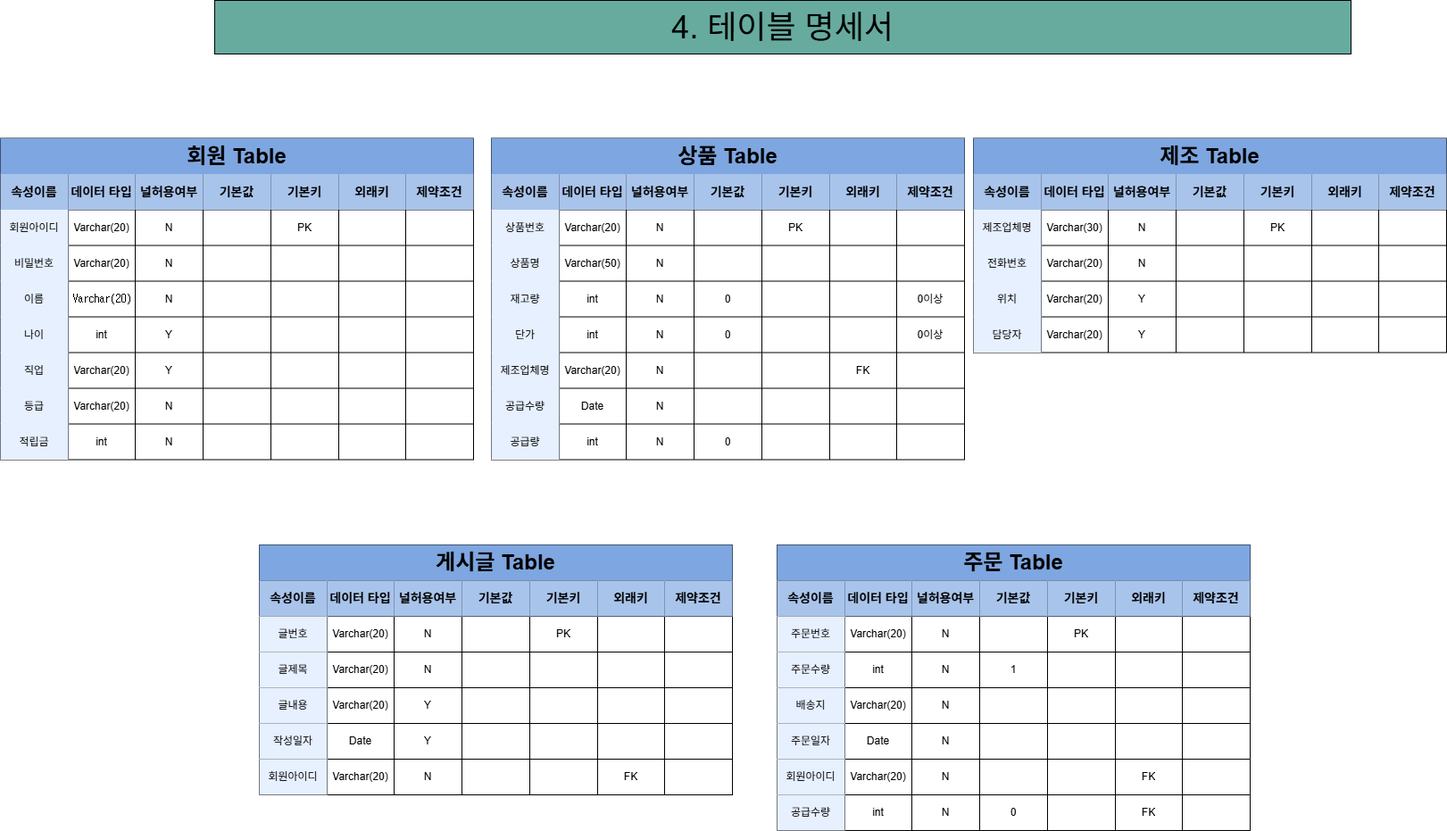
The draw.io diagram 한빛마트 온라인몰_4.테이블 설계.drawio.png in hazyala/DB_2025_2, before a commit. Source tidied: cells renumbered, new cells last; positions are measured from the earlier drawing's top-left corner, leaving out a move shared by most shapes.
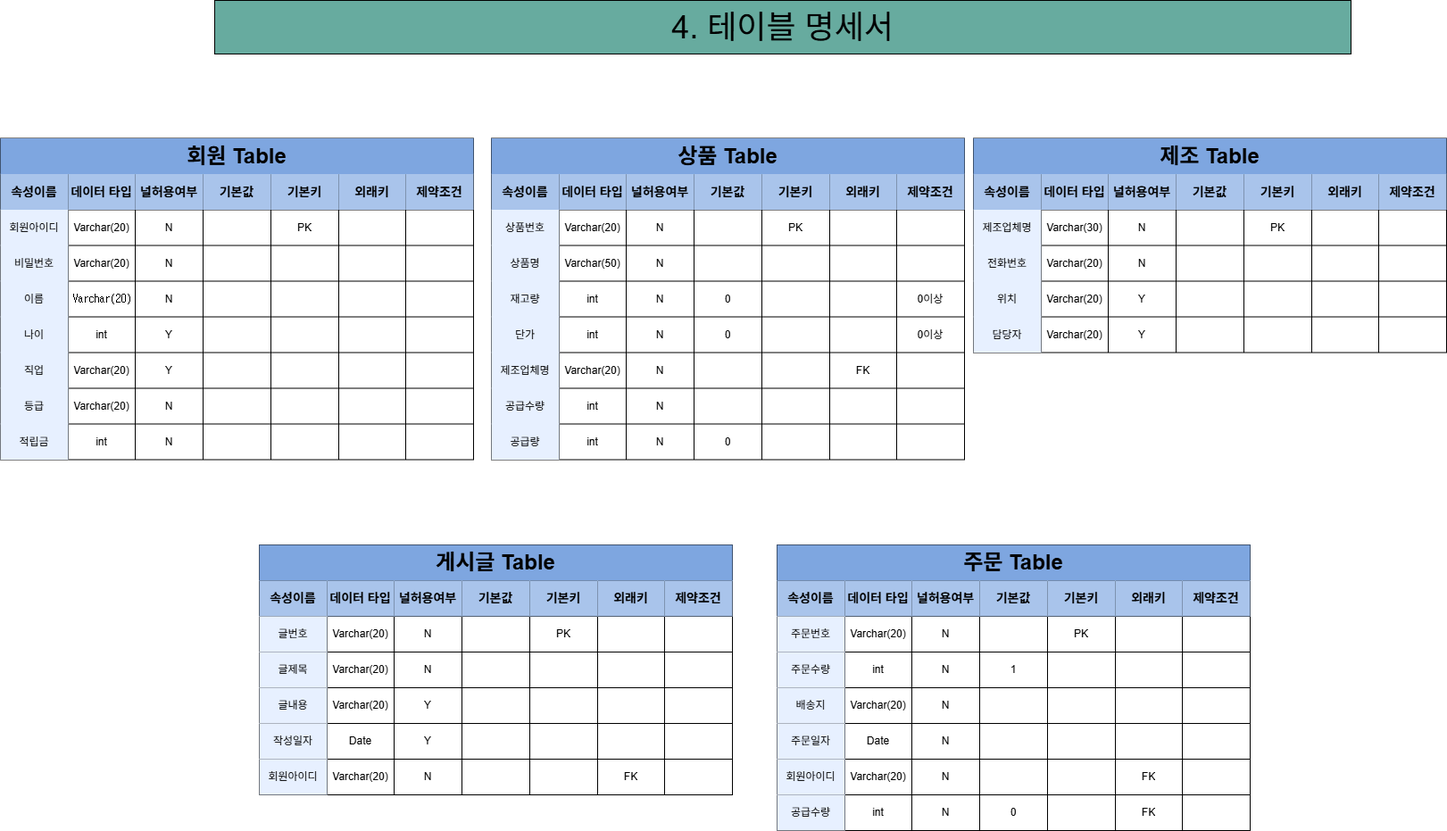
After the commit.

Commit message:
한빛마트 온라인몰_4.테이블 설계.drawio.png이 추가되었습니다.

What changed in the source:
```diff
@@ -365,7 +365,7 @@
     <mxCell id="122" value="공급수량" style="shape=partialRectangle;html=1;whiteSpace=wrap;strokeColor=inherit;overflow=hidden;fillColor=#E7F0FF;top=0;left=0;bottom=0;right=0;" parent="121" vertex="1">
       <mxGeometry width="76" height="40" as="geometry" />
     </mxCell>
-    <mxCell id="123" value="Date" style="shape=partialRectangle;html=1;whiteSpace=wrap;strokeColor=inherit;overflow=hidden;fillColor=none;top=0;left=0;bottom=0;right=0;" parent="121" vertex="1">
+    <mxCell id="123" value="int" style="shape=partialRectangle;html=1;whiteSpace=wrap;strokeColor=inherit;overflow=hidden;fillColor=none;top=0;left=0;bottom=0;right=0;" parent="121" vertex="1">
       <mxGeometry x="76" width="75" height="40" as="geometry" />
     </mxCell>
     <mxCell id="124" value="N" style="shape=partialRectangle;html=1;whiteSpace=wrap;strokeColor=inherit;overflow=hidden;fillColor=none;top=0;left=0;bottom=0;right=0;" parent="121" vertex="1">
```
